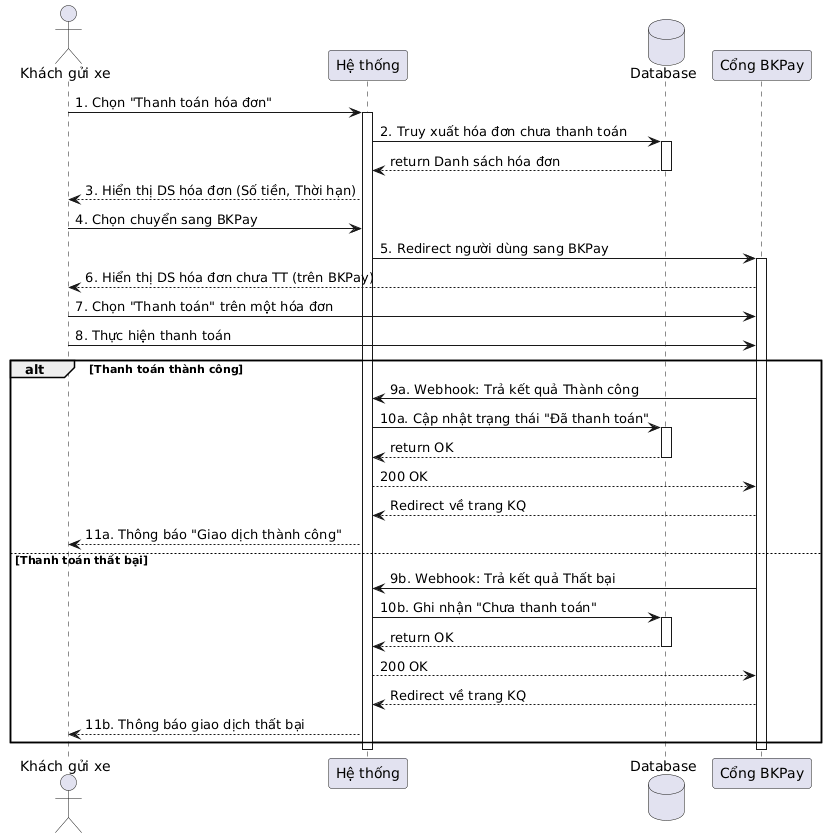
The PlantUML diagram LaTex/pictures/seq_thanhtoanhoadon.png in KTX-0711/Software-Engineering-Assignment-HK252, before a commit.
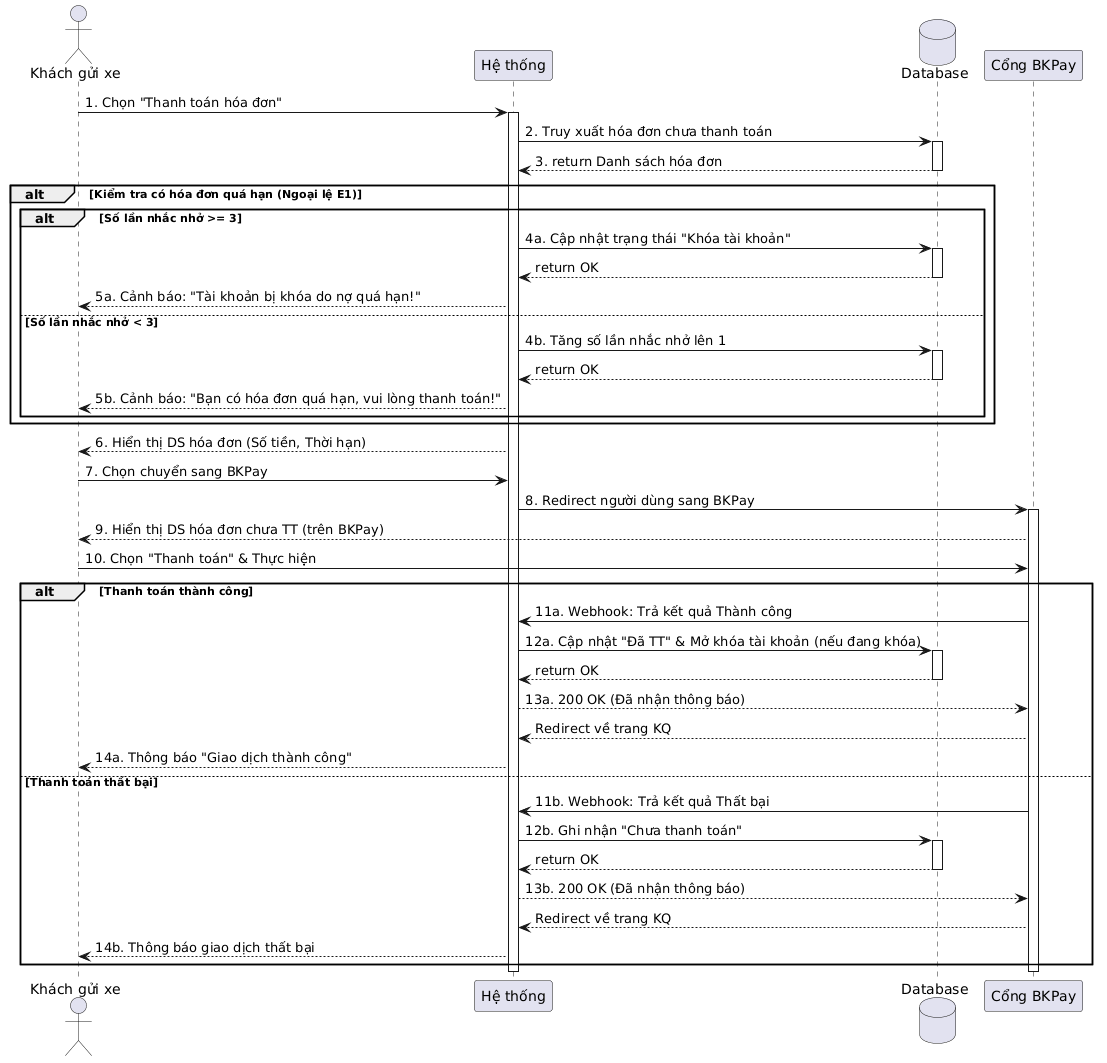
Later version of the same file.

Diff of the diagram source:
```diff
@@ -9,42 +9,57 @@
 
 System -> DB : 2. Truy xuất hóa đơn chưa thanh toán
 activate DB
-DB --> System : return Danh sách hóa đơn
+DB --> System : 3. return Danh sách hóa đơn
 deactivate DB
 
-System --> User : 3. Hiển thị DS hóa đơn (Số tiền, Thời hạn)
+alt Kiểm tra có hóa đơn quá hạn (Ngoại lệ E1)
+    alt Số lần nhắc nhở >= 3
+        System -> DB : 4a. Cập nhật trạng thái "Khóa tài khoản"
+        activate DB
+        DB --> System : return OK
+        deactivate DB
+        System --> User : 5a. Cảnh báo: "Tài khoản bị khóa do nợ quá hạn!"
+    else Số lần nhắc nhở < 3
+        System -> DB : 4b. Tăng số lần nhắc nhở lên 1
+        activate DB
+        DB --> System : return OK
+        deactivate DB
+        System --> User : 5b. Cảnh báo: "Bạn có hóa đơn quá hạn, vui lòng thanh toán!"
+    end
+end
 
-User -> System : 4. Chọn chuyển sang BKPay
-System -> BKPay : 5. Redirect người dùng sang BKPay
+System --> User : 6. Hiển thị DS hóa đơn (Số tiền, Thời hạn)
+
+User -> System : 7. Chọn chuyển sang BKPay
+System -> BKPay : 8. Redirect người dùng sang BKPay
 activate BKPay
 
-BKPay --> User : 6. Hiển thị DS hóa đơn chưa TT (trên BKPay)
-User -> BKPay : 7. Chọn "Thanh toán" trên một hóa đơn
-User -> BKPay : 8. Thực hiện thanh toán
+BKPay --> User : 9. Hiển thị DS hóa đơn chưa TT (trên BKPay)
+User -> BKPay : 10. Chọn "Thanh toán" & Thực hiện
 
 alt Thanh toán thành công
-    BKPay -> System : 9a. Webhook: Trả kết quả Thành công
+    BKPay -> System : 11a. Webhook: Trả kết quả Thành công
 
-    System -> DB : 10a. Cập nhật trạng thái "Đã thanh toán"
+    System -> DB : 12a. Cập nhật "Đã TT" & Mở khóa tài khoản (nếu đang khóa)
     activate DB
     DB --> System : return OK
     deactivate DB
 
-    System --> BKPay : 200 OK
+    System --> BKPay : 13a. 200 OK (Đã nhận thông báo)
     BKPay --> System : Redirect về trang KQ
-    System --> User : 11a. Thông báo "Giao dịch thành công"
+    System --> User : 14a. Thông báo "Giao dịch thành công"
 
 else Thanh toán thất bại
-    BKPay -> System : 9b. Webhook: Trả kết quả Thất bại
+    BKPay -> System : 11b. Webhook: Trả kết quả Thất bại
 
-    System -> DB : 10b. Ghi nhận "Chưa thanh toán"
+    System -> DB : 12b. Ghi nhận "Chưa thanh toán"
     activate DB
     DB --> System : return OK
     deactivate DB
 
-    System --> BKPay : 200 OK
+    System --> BKPay : 13b. 200 OK (Đã nhận thông báo)
     BKPay --> System : Redirect về trang KQ
-    System --> User : 11b. Thông báo giao dịch thất bại
+    System --> User : 14b. Thông báo giao dịch thất bại
 end
 
 deactivate BKPay
```
